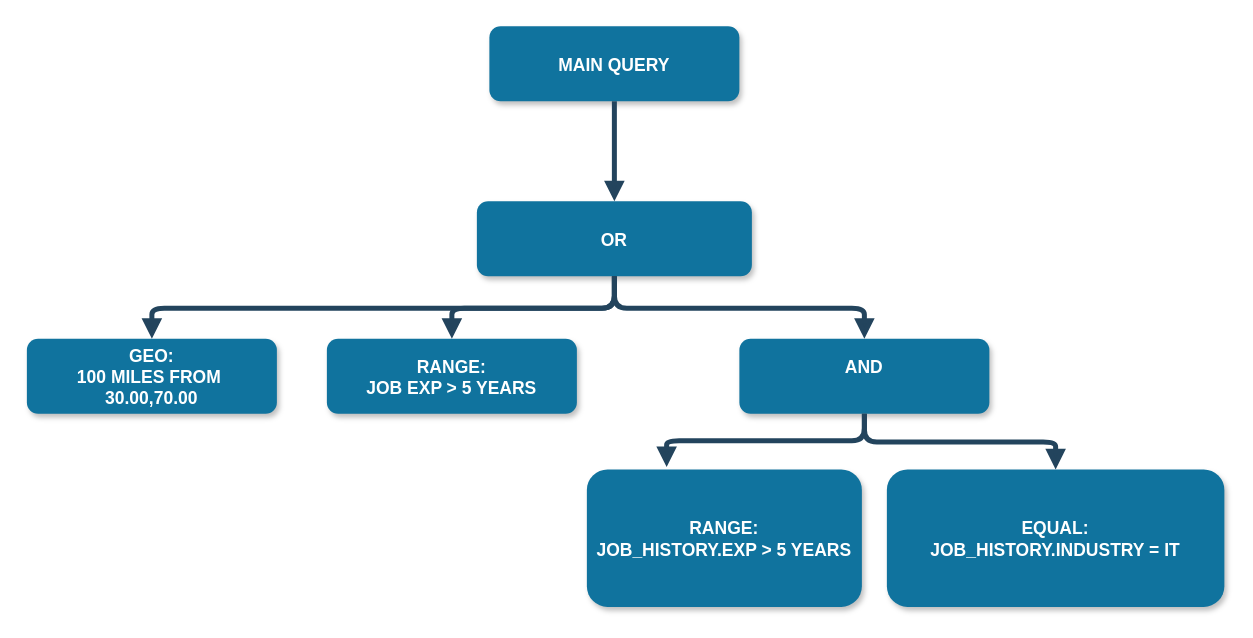
lyndon-trash/elasticsearch-presentation keeps this draw.io diagram as QUERY_GRAPH.drawio. Above is the earlier version. Source tidied: cells renumbered, new cells numbered last; positions are measured from the earlier drawing's top-left corner, leaving out a move shared by most shapes. Both pictures are drawn from the tidied source at 125%, with x=0, y=0 at pixel (26, 26).
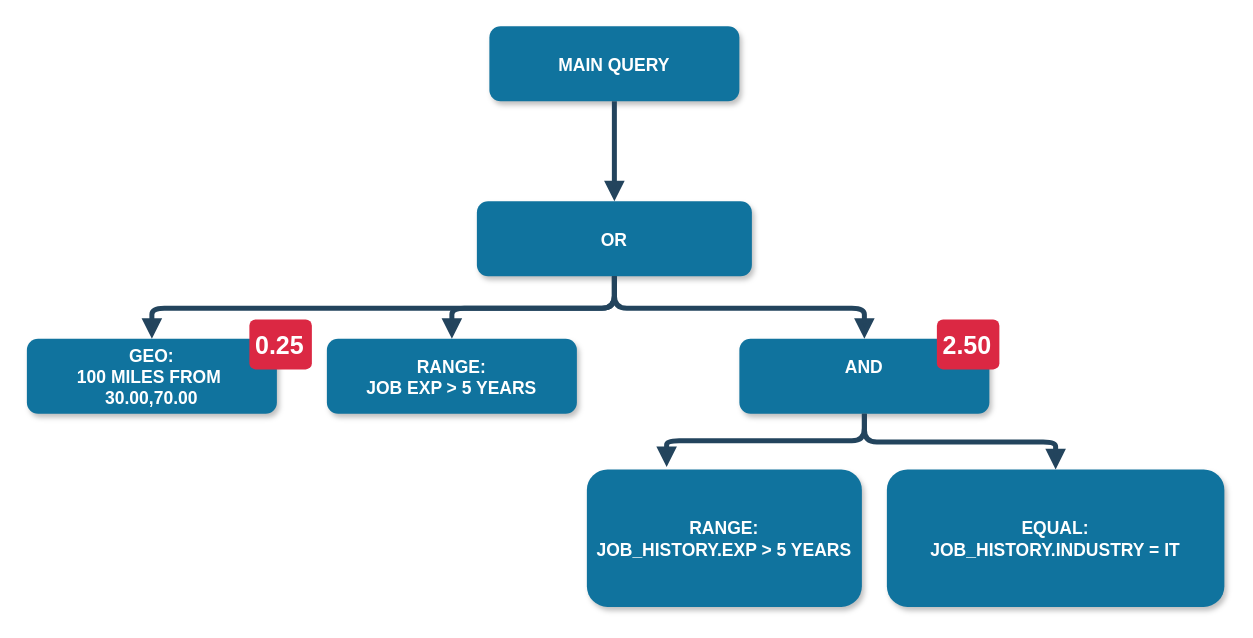
The same page after the edit.

What changed in the source:
```diff
@@
 <mxGraphModel background="#ffffff">
   <root>
     <mxCell id="0" />
     <mxCell id="1" parent="0" />
     <mxCell id="2" value="MAIN QUERY" style="rounded=1;fillColor=#10739E;strokeColor=none;shadow=1;gradientColor=none;fontStyle=1;fontColor=#FFFFFF;fontSize=14;" parent="1" vertex="1">
       <mxGeometry x="370" y="-0.5" width="200" height="60" as="geometry" />
     </mxCell>
     <mxCell id="3" value="OR" style="rounded=1;fillColor=#10739E;strokeColor=none;shadow=1;gradientColor=none;fontStyle=1;fontColor=#FFFFFF;fontSize=14;" parent="1" vertex="1">
       <mxGeometry x="360" y="139.5" width="220" height="60" as="geometry" />
     </mxCell>
     <mxCell id="4" value="GEO: &#10;100 MILES FROM &#10;30.00,70.00" style="rounded=1;fillColor=#10739E;strokeColor=none;shadow=1;gradientColor=none;fontStyle=1;fontColor=#FFFFFF;fontSize=14;" parent="1" vertex="1">
       <mxGeometry y="249.5" width="200" height="60" as="geometry" />
     </mxCell>
     <mxCell id="5" value="RANGE:&#10;JOB EXP &gt; 5 YEARS" style="rounded=1;fillColor=#10739E;strokeColor=none;shadow=1;gradientColor=none;fontStyle=1;fontColor=#FFFFFF;fontSize=14;" parent="1" vertex="1">
       <mxGeometry x="240" y="249.5" width="200" height="60" as="geometry" />
     </mxCell>
     <mxCell id="6" value="AND&#10;" style="rounded=1;fillColor=#10739E;strokeColor=none;shadow=1;gradientColor=none;fontStyle=1;fontColor=#FFFFFF;fontSize=14;" parent="1" vertex="1">
       <mxGeometry x="570" y="249.5" width="200" height="60" as="geometry" />
     </mxCell>
     <mxCell id="7" style="edgeStyle=elbowEdgeStyle;elbow=vertical;strokeWidth=4;endArrow=block;endFill=1;fontStyle=1;strokeColor=#23445D;" parent="1" edge="1" source="2" target="3">
       <mxGeometry x="22" y="165.5" as="geometry" />
     </mxCell>
     <mxCell id="8" style="edgeStyle=elbowEdgeStyle;elbow=vertical;strokeWidth=4;endArrow=block;endFill=1;fontStyle=1;strokeColor=#23445D;" parent="1" edge="1" source="3" target="5">
       <mxGeometry x="22" y="165.5" as="geometry" />
     </mxCell>
     <mxCell id="9" style="edgeStyle=elbowEdgeStyle;elbow=vertical;strokeWidth=4;endArrow=block;endFill=1;fontStyle=1;strokeColor=#23445D;" parent="1" edge="1" source="3" target="4">
       <mxGeometry x="22" y="165.5" as="geometry" />
     </mxCell>
     <mxCell id="10" style="edgeStyle=elbowEdgeStyle;elbow=vertical;strokeWidth=4;endArrow=block;endFill=1;fontStyle=1;strokeColor=#23445D;" parent="1" edge="1" source="3" target="6">
       <mxGeometry x="22" y="165.5" as="geometry" />
     </mxCell>
     <mxCell id="11" value="EQUAL:&#10;JOB_HISTORY.INDUSTRY = IT" style="rounded=1;fillColor=#10739E;strokeColor=none;shadow=1;gradientColor=none;fontStyle=1;fontColor=#FFFFFF;fontSize=14;" parent="1" vertex="1">
       <mxGeometry x="688" y="354" width="270" height="110" as="geometry" />
     </mxCell>
     <mxCell id="12" value="RANGE:&#10;JOB_HISTORY.EXP &gt; 5 YEARS" style="rounded=1;fillColor=#10739E;strokeColor=none;shadow=1;gradientColor=none;fontStyle=1;fontColor=#FFFFFF;fontSize=14;" parent="1" vertex="1">
       <mxGeometry x="448" y="354" width="220" height="110" as="geometry" />
     </mxCell>
     <mxCell id="13" style="edgeStyle=elbowEdgeStyle;elbow=vertical;strokeWidth=4;endArrow=block;endFill=1;fontStyle=1;strokeColor=#23445D;entryX=0.29;entryY=-0.017;entryDx=0;entryDy=0;entryPerimeter=0;" parent="1" edge="1" source="6" target="12">
       <mxGeometry x="32" y="175.5" as="geometry" />
     </mxCell>
     <mxCell id="14" style="edgeStyle=elbowEdgeStyle;elbow=vertical;strokeWidth=4;endArrow=block;endFill=1;fontStyle=1;strokeColor=#23445D;" parent="1" edge="1" source="6" target="11">
       <mxGeometry x="42" y="185.5" as="geometry" />
     </mxCell>
+    <mxCell id="15" value="0.25" style="html=1;shadow=0;dashed=0;shape=mxgraph.bootstrap.rrect;rSize=5;strokeColor=none;strokeWidth=1;fillColor=#DB2843;fontColor=#FFFFFF;whiteSpace=wrap;align=left;verticalAlign=middle;spacingLeft=0;fontStyle=1;fontSize=20;spacing=5;" parent="1" vertex="1">
+      <mxGeometry x="178" y="234" width="50" height="40" as="geometry" />
+    </mxCell>
+    <mxCell id="16" value="2.50" style="html=1;shadow=0;dashed=0;shape=mxgraph.bootstrap.rrect;rSize=5;strokeColor=none;strokeWidth=1;fillColor=#DB2843;fontColor=#FFFFFF;whiteSpace=wrap;align=left;verticalAlign=middle;spacingLeft=0;fontStyle=1;fontSize=20;spacing=5;" parent="1" vertex="1">
+      <mxGeometry x="728" y="234" width="50" height="40" as="geometry" />
+    </mxCell>
   </root>
 </mxGraphModel>
```
